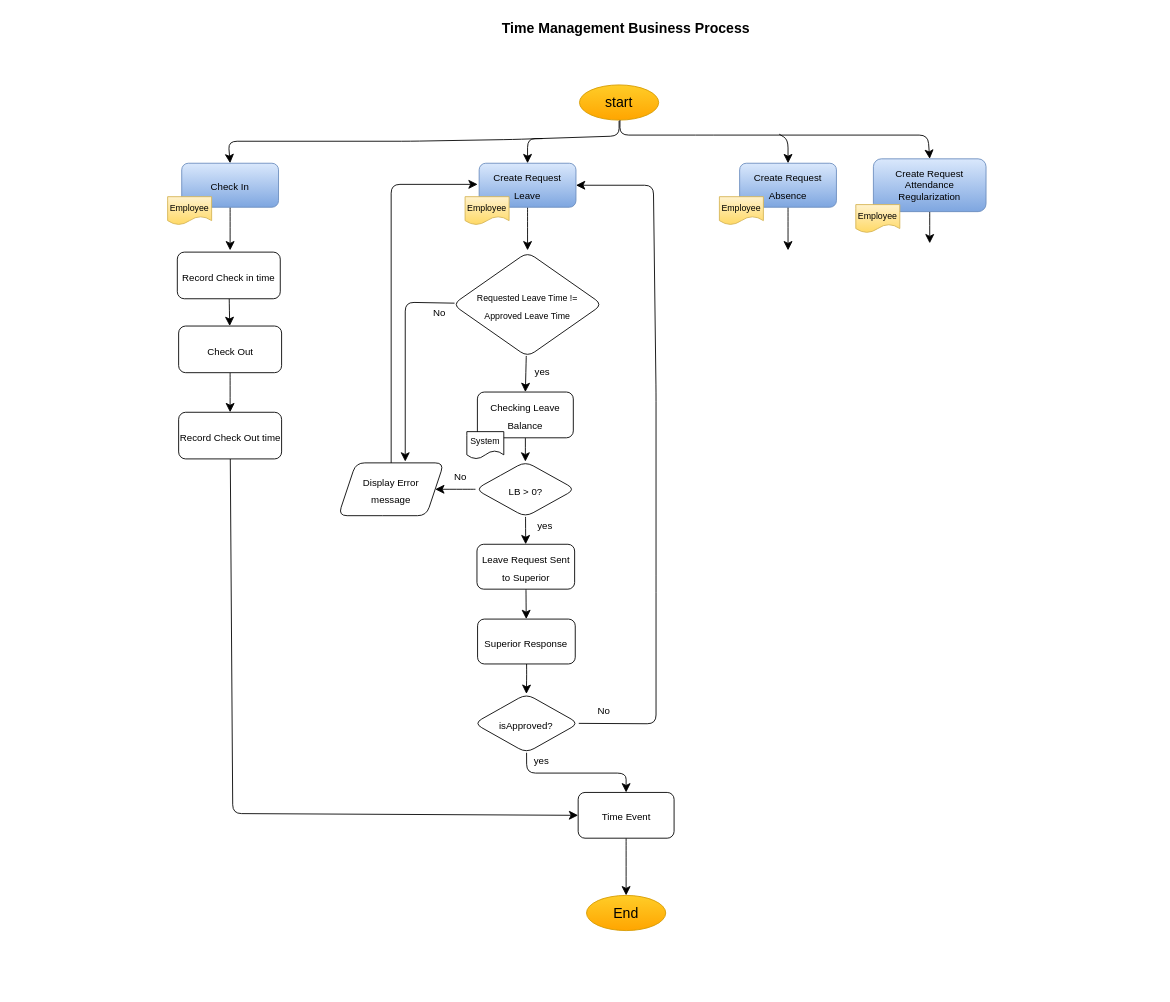
This is TimeManagement.drawio from jezreelkosasih/diagram, a draw.io file, before an edit. Source tidied: cells renumbered, new cells numbered last; positions are measured from the earlier drawing's top-left corner, leaving out a move shared by most shapes. Both pictures are drawn from the tidied source at 88%, with x=0, y=0 at pixel (167, 15).
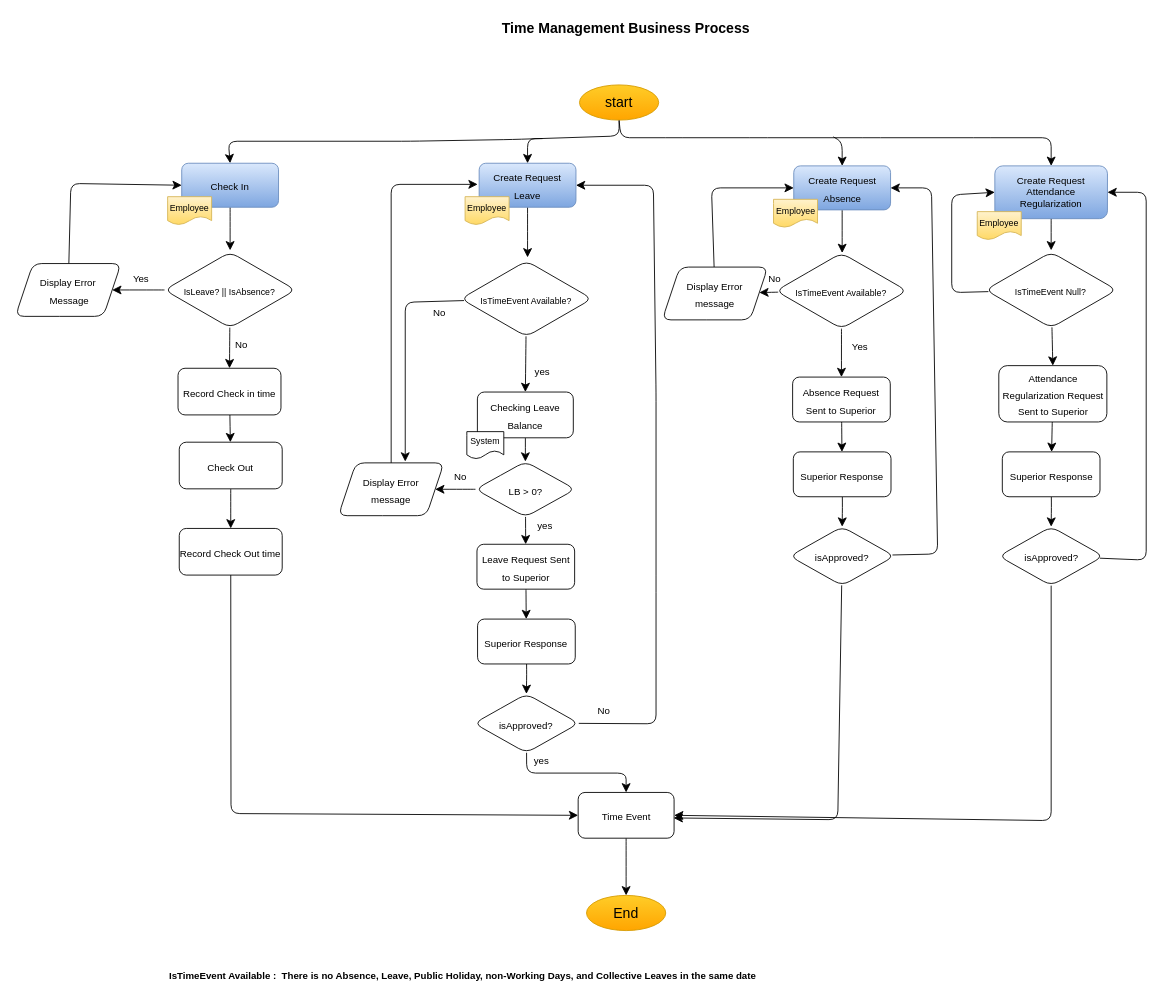
After the change.

The change refers to these unchanged cells:
```xml
<mxCell id="3" value="start" style="ellipse;whiteSpace=wrap;html=1;fontSize=16;fillColor=#ffcd28;gradientColor=#ffa500;strokeColor=#d79b00;" parent="1" vertex="1">
  <mxGeometry x="468" y="79" width="90" height="40" as="geometry" />
</mxCell>
<mxCell id="6" value="&lt;font style=&quot;font-size: 11px;&quot;&gt;Check In&lt;/font&gt;" style="rounded=1;whiteSpace=wrap;html=1;fontSize=16;fillColor=#dae8fc;gradientColor=#7ea6e0;strokeColor=#6c8ebf;" parent="1" vertex="1">
  <mxGeometry x="16" y="168" width="110" height="50" as="geometry" />
</mxCell>
<mxCell id="9" value="&lt;font style=&quot;font-size: 11px;&quot;&gt;Create Request Leave&lt;/font&gt;" style="rounded=1;whiteSpace=wrap;html=1;fontSize=16;fillColor=#dae8fc;gradientColor=#7ea6e0;strokeColor=#6c8ebf;" parent="1" vertex="1">
  <mxGeometry x="354" y="168" width="110" height="50" as="geometry" />
</mxCell>
<mxCell id="40" value="&lt;font style=&quot;font-size: 11px;&quot;&gt;Time Event&lt;br&gt;&lt;/font&gt;" style="rounded=1;whiteSpace=wrap;html=1;fontSize=16;" parent="1" vertex="1">
  <mxGeometry x="466.5" y="883" width="109" height="52" as="geometry" />
</mxCell>
```

The edit, as a diff of the source:
```diff
@@
     <mxCell id="8" style="edgeStyle=none;curved=1;rounded=0;jettySize=auto;html=1;fontSize=12;startSize=8;endSize=8;" parent="1" edge="1" source="9">
       <mxGeometry relative="1" as="geometry">
-        <mxPoint x="409" y="267" as="targetPoint" />
+        <mxPoint x="409" y="275" as="targetPoint" />
       </mxGeometry>
     </mxCell>
@@
     <mxCell id="11" style="edgeStyle=none;curved=1;rounded=0;jettySize=auto;html=1;fontSize=12;startSize=8;endSize=8;" parent="1" edge="1" source="12">
       <mxGeometry relative="1" as="geometry">
-        <mxPoint x="705" y="267" as="targetPoint" />
+        <mxPoint x="766.5" y="270" as="targetPoint" />
       </mxGeometry>
     </mxCell>
     <mxCell id="12" value="&lt;font style=&quot;font-size: 11px;&quot;&gt;Create Request Absence&lt;/font&gt;" style="rounded=1;whiteSpace=wrap;html=1;fontSize=16;fillColor=#dae8fc;gradientColor=#7ea6e0;strokeColor=#6c8ebf;" parent="1" vertex="1">
-      <mxGeometry x="650" y="168" width="110" height="50" as="geometry" />
+      <mxGeometry x="711.5" y="171" width="110" height="50" as="geometry" />
     </mxCell>
     <mxCell id="13" value="&lt;font size=&quot;1&quot;&gt;Employee&lt;/font&gt;" style="shape=document;whiteSpace=wrap;html=1;boundedLbl=1;fontSize=16;fillColor=#fff2cc;gradientColor=#ffd966;strokeColor=#d6b656;" parent="1" vertex="1">
-      <mxGeometry x="627" y="206" width="50" height="32" as="geometry" />
+      <mxGeometry x="688.5" y="209" width="50" height="32" as="geometry" />
     </mxCell>
     <mxCell id="14" style="edgeStyle=none;curved=1;rounded=0;jettySize=auto;html=1;fontSize=12;startSize=8;endSize=8;" parent="1" edge="1" source="15">
       <mxGeometry relative="1" as="geometry">
-        <mxPoint x="866" y="259" as="targetPoint" />
+        <mxPoint x="1004" y="267" as="targetPoint" />
       </mxGeometry>
     </mxCell>
     <mxCell id="15" value="&lt;font style=&quot;font-size: 11px;&quot;&gt;Create Request Attendance Regularization&lt;/font&gt;" style="rounded=1;whiteSpace=wrap;html=1;fontSize=11;fillColor=#dae8fc;gradientColor=#7ea6e0;strokeColor=#6c8ebf;" parent="1" vertex="1">
-      <mxGeometry x="802" y="163" width="128" height="60" as="geometry" />
+      <mxGeometry x="940" y="171" width="128" height="60" as="geometry" />
     </mxCell>
     <mxCell id="16" value="&lt;font size=&quot;1&quot;&gt;Employee&lt;/font&gt;" style="shape=document;whiteSpace=wrap;html=1;boundedLbl=1;fontSize=16;fillColor=#fff2cc;gradientColor=#ffd966;strokeColor=#d6b656;" parent="1" vertex="1">
-      <mxGeometry x="782" y="215" width="50" height="32" as="geometry" />
+      <mxGeometry x="920" y="223" width="50" height="32" as="geometry" />
     </mxCell>
-    <mxCell id="17" style="edgeStyle=none;rounded=1;jettySize=auto;html=1;entryX=0.5;entryY=0;entryDx=0;entryDy=0;fontSize=12;startSize=8;endSize=8;" parent="1" edge="1" target="15">
+    <mxCell id="17" style="edgeStyle=none;rounded=1;jettySize=auto;html=1;entryX=0.5;entryY=0;entryDx=0;entryDy=0;fontSize=12;startSize=8;endSize=8;exitX=0.5;exitY=1;exitDx=0;exitDy=0;" parent="1" edge="1" source="3" target="15">
       <mxGeometry relative="1" as="geometry">
-        <mxPoint x="514" y="119" as="sourcePoint" />
         <Array as="points">
-          <mxPoint x="514" y="136" />
-          <mxPoint x="610" y="136" />
-          <mxPoint x="864" y="136" />
+          <mxPoint x="515" y="139" />
+          <mxPoint x="575.5" y="139" />
+          <mxPoint x="671.5" y="139" />
+          <mxPoint x="800" y="139" />
+          <mxPoint x="925.5" y="139" />
+          <mxPoint x="1004" y="139" />
         </Array>
       </mxGeometry>
     </mxCell>
@@
     <mxCell id="19" style="endArrow=classic;html=1;rounded=1;fontSize=12;startSize=8;endSize=8;entryX=0.5;entryY=0;entryDx=0;entryDy=0;" parent="1" edge="1" target="12">
       <mxGeometry relative="1" as="geometry">
-        <mxPoint x="695" y="135" as="sourcePoint" />
+        <mxPoint x="756.5" y="138" as="sourcePoint" />
         <Array as="points">
-          <mxPoint x="705" y="141" />
+          <mxPoint x="766.5" y="144" />
         </Array>
       </mxGeometry>
     </mxCell>
@@
-    <mxCell id="43" value="&lt;font style=&quot;font-size: 10px;&quot;&gt;Requested Leave Time != &lt;br&gt;Approved Leave Time&lt;/font&gt;" style="rhombus;whiteSpace=wrap;html=1;fontSize=16;rounded=1;" parent="1" vertex="1">
-      <mxGeometry x="323.9" y="269" width="170.2" height="119" as="geometry" />
+    <mxCell id="43" value="&lt;span style=&quot;font-size: 10px;&quot;&gt;IsTimeEvent Available?&lt;/span&gt;" style="rhombus;whiteSpace=wrap;html=1;fontSize=16;rounded=1;" parent="1" vertex="1">
+      <mxGeometry x="333.2" y="279" width="149.1" height="86" as="geometry" />
     </mxCell>
@@
     <mxCell id="48" value="&lt;font style=&quot;font-size: 11px;&quot;&gt;Record Check in time&lt;/font&gt;" style="rounded=1;whiteSpace=wrap;html=1;fontSize=16;" parent="1" vertex="1">
-      <mxGeometry x="11" y="269" width="117" height="53" as="geometry" />
+      <mxGeometry x="11.8" y="401" width="117" height="53" as="geometry" />
     </mxCell>
@@
     <mxCell id="50" value="&lt;font style=&quot;font-size: 11px;&quot;&gt;Check Out&lt;/font&gt;" style="rounded=1;whiteSpace=wrap;html=1;fontSize=16;" parent="1" vertex="1">
-      <mxGeometry x="12.5" y="353" width="117" height="53" as="geometry" />
+      <mxGeometry x="13.2" y="485" width="117" height="53" as="geometry" />
     </mxCell>
     <mxCell id="51" style="edgeStyle=none;rounded=1;jettySize=auto;html=1;entryX=0;entryY=0.5;entryDx=0;entryDy=0;fontSize=12;startSize=8;endSize=8;" parent="1" edge="1" source="52" target="40">
       <mxGeometry relative="1" as="geometry">
         <Array as="points">
-          <mxPoint x="74" y="907" />
+          <mxPoint x="72" y="907" />
         </Array>
       </mxGeometry>
     </mxCell>
     <mxCell id="52" value="&lt;font style=&quot;font-size: 11px;&quot;&gt;Record Check Out time&lt;/font&gt;" style="rounded=1;whiteSpace=wrap;html=1;fontSize=16;" parent="1" vertex="1">
-      <mxGeometry x="12.5" y="451" width="117" height="53" as="geometry" />
+      <mxGeometry x="13.2" y="583" width="117" height="53" as="geometry" />
     </mxCell>
+    <mxCell id="53" style="edgeStyle=none;curved=1;rounded=0;jettySize=auto;html=1;fontSize=12;startSize=8;endSize=8;" parent="1" edge="1" source="54" target="56">
+      <mxGeometry relative="1" as="geometry" />
+    </mxCell>
+    <mxCell id="54" value="&lt;font style=&quot;font-size: 11px;&quot;&gt;Absence Request Sent to Superior&lt;/font&gt;" style="whiteSpace=wrap;html=1;fontSize=16;rounded=1;" parent="1" vertex="1">
+      <mxGeometry x="710.2" y="411" width="111" height="51" as="geometry" />
+    </mxCell>
+    <mxCell id="55" style="edgeStyle=none;rounded=1;jettySize=auto;html=1;fontSize=12;startSize=8;endSize=8;entryX=0.5;entryY=0;entryDx=0;entryDy=0;" parent="1" edge="1" source="56" target="59">
+      <mxGeometry relative="1" as="geometry">
+        <Array as="points">
+          <mxPoint x="766.8" y="559" />
+        </Array>
+      </mxGeometry>
+    </mxCell>
+    <mxCell id="56" value="&lt;span style=&quot;font-size: 11px;&quot;&gt;Superior Response&lt;/span&gt;" style="whiteSpace=wrap;html=1;fontSize=16;rounded=1;" parent="1" vertex="1">
+      <mxGeometry x="711" y="496" width="111" height="51" as="geometry" />
+    </mxCell>
+    <mxCell id="57" style="edgeStyle=none;rounded=1;jettySize=auto;html=1;fontSize=12;startSize=8;endSize=8;" parent="1" edge="1" source="59">
+      <mxGeometry relative="1" as="geometry">
+        <mxPoint x="575" y="912" as="targetPoint" />
+        <Array as="points">
+          <mxPoint x="761.5" y="914" />
+        </Array>
+      </mxGeometry>
+    </mxCell>
+    <mxCell id="58" style="edgeStyle=none;rounded=1;jettySize=auto;html=1;fontSize=12;startSize=8;endSize=8;entryX=1;entryY=0.5;entryDx=0;entryDy=0;" parent="1" edge="1" source="59" target="12">
+      <mxGeometry relative="1" as="geometry">
+        <Array as="points">
+          <mxPoint x="875" y="612" />
+          <mxPoint x="868" y="196" />
+        </Array>
+      </mxGeometry>
+    </mxCell>
+    <mxCell id="59" value="&lt;font style=&quot;font-size: 11px;&quot;&gt;isApproved?&lt;/font&gt;" style="rhombus;whiteSpace=wrap;html=1;fontSize=16;rounded=1;" parent="1" vertex="1">
+      <mxGeometry x="707" y="581" width="119" height="67" as="geometry" />
+    </mxCell>
+    <mxCell id="60" style="edgeStyle=none;curved=1;rounded=0;jettySize=auto;html=1;entryX=0.5;entryY=0;entryDx=0;entryDy=0;fontSize=12;startSize=8;endSize=8;" parent="1" edge="1" source="62" target="54">
+      <mxGeometry relative="1" as="geometry" />
+    </mxCell>
+    <mxCell id="61" style="edgeStyle=none;curved=1;rounded=0;jettySize=auto;html=1;fontSize=12;startSize=8;endSize=8;" parent="1" edge="1" source="62" target="71">
+      <mxGeometry relative="1" as="geometry" />
+    </mxCell>
+    <mxCell id="62" value="&lt;span style=&quot;font-size: 10px;&quot;&gt;IsTimeEvent Available?&lt;/span&gt;" style="rhombus;whiteSpace=wrap;html=1;fontSize=16;rounded=1;" parent="1" vertex="1">
+      <mxGeometry x="691.2" y="270" width="149.1" height="86" as="geometry" />
+    </mxCell>
+    <mxCell id="63" style="edgeStyle=none;curved=1;rounded=0;jettySize=auto;html=1;entryX=0.5;entryY=0;entryDx=0;entryDy=0;fontSize=12;startSize=8;endSize=8;" parent="1" edge="1" source="65" target="48">
+      <mxGeometry relative="1" as="geometry" />
+    </mxCell>
+    <mxCell id="64" style="edgeStyle=none;curved=1;rounded=0;jettySize=auto;html=1;fontSize=12;startSize=8;endSize=8;" parent="1" edge="1" source="65" target="67">
+      <mxGeometry relative="1" as="geometry" />
+    </mxCell>
+    <mxCell id="65" value="&lt;span style=&quot;font-size: 10px;&quot;&gt;IsLeave? || IsAbsence?&lt;/span&gt;" style="rhombus;whiteSpace=wrap;html=1;fontSize=16;rounded=1;" parent="1" vertex="1">
+      <mxGeometry x="-3.6" y="269" width="149.1" height="86" as="geometry" />
+    </mxCell>
+    <mxCell id="66" style="edgeStyle=none;rounded=1;jettySize=auto;html=1;entryX=0;entryY=0.5;entryDx=0;entryDy=0;fontSize=12;startSize=8;endSize=8;" parent="1" edge="1" source="67" target="6">
+      <mxGeometry relative="1" as="geometry">
+        <Array as="points">
+          <mxPoint x="-110" y="191" />
+        </Array>
+      </mxGeometry>
+    </mxCell>
+    <mxCell id="67" value="&lt;font style=&quot;font-size: 11px;&quot;&gt;Display Error&lt;br&gt;&amp;nbsp;Message&lt;/font&gt;" style="shape=parallelogram;perimeter=parallelogramPerimeter;whiteSpace=wrap;html=1;fixedSize=1;fontSize=16;rounded=1;" parent="1" vertex="1">
+      <mxGeometry x="-173" y="282" width="120" height="60" as="geometry" />
+    </mxCell>
+    <mxCell id="68" value="&lt;font style=&quot;font-size: 11px;&quot;&gt;Yes&lt;/font&gt;" style="text;html=1;strokeColor=none;fillColor=none;align=center;verticalAlign=middle;whiteSpace=wrap;rounded=0;fontSize=16;" parent="1" vertex="1">
+      <mxGeometry x="-60" y="282" width="60" height="30" as="geometry" />
+    </mxCell>
+    <mxCell id="69" value="&lt;font style=&quot;font-size: 11px;&quot;&gt;No&lt;/font&gt;" style="text;html=1;strokeColor=none;fillColor=none;align=center;verticalAlign=middle;whiteSpace=wrap;rounded=0;fontSize=16;" parent="1" vertex="1">
+      <mxGeometry x="54" y="357" width="60" height="30" as="geometry" />
+    </mxCell>
+    <mxCell id="70" style="edgeStyle=none;rounded=1;jettySize=auto;html=1;entryX=0;entryY=0.5;entryDx=0;entryDy=0;fontSize=12;startSize=8;endSize=8;" parent="1" edge="1" source="71" target="12">
+      <mxGeometry relative="1" as="geometry">
+        <Array as="points">
+          <mxPoint x="618" y="196" />
+        </Array>
+      </mxGeometry>
+    </mxCell>
+    <mxCell id="71" value="&lt;font style=&quot;font-size: 11px;&quot;&gt;Display Error&lt;br style=&quot;border-color: var(--border-color);&quot;&gt;message&lt;/font&gt;" style="shape=parallelogram;perimeter=parallelogramPerimeter;whiteSpace=wrap;html=1;fixedSize=1;fontSize=16;rounded=1;" parent="1" vertex="1">
+      <mxGeometry x="562" y="286" width="120" height="60" as="geometry" />
+    </mxCell>
+    <mxCell id="72" style="edgeStyle=none;curved=1;rounded=0;jettySize=auto;html=1;entryX=0.5;entryY=0;entryDx=0;entryDy=0;fontSize=12;startSize=8;endSize=8;" parent="1" edge="1" source="74" target="76">
+      <mxGeometry relative="1" as="geometry" />
+    </mxCell>
+    <mxCell id="73" style="edgeStyle=none;rounded=1;jettySize=auto;html=1;entryX=0;entryY=0.5;entryDx=0;entryDy=0;fontSize=12;startSize=8;endSize=8;" parent="1" edge="1" source="74" target="15">
+      <mxGeometry relative="1" as="geometry">
+        <Array as="points">
+          <mxPoint x="891" y="315" />
+          <mxPoint x="891" y="204" />
+        </Array>
+      </mxGeometry>
+    </mxCell>
+    <mxCell id="74" value="&lt;span style=&quot;font-size: 10px;&quot;&gt;IsTimeEvent Null?&lt;/span&gt;" style="rhombus;whiteSpace=wrap;html=1;fontSize=16;rounded=1;" parent="1" vertex="1">
+      <mxGeometry x="929.4" y="269" width="149.1" height="86" as="geometry" />
+    </mxCell>
+    <mxCell id="75" style="edgeStyle=none;curved=1;rounded=0;jettySize=auto;html=1;fontSize=12;startSize=8;endSize=8;" parent="1" edge="1" source="76" target="78">
+      <mxGeometry relative="1" as="geometry" />
+    </mxCell>
+    <mxCell id="76" value="&lt;font style=&quot;font-size: 11px;&quot;&gt;Attendance Regularization Request Sent to Superior&lt;/font&gt;" style="whiteSpace=wrap;html=1;fontSize=16;rounded=1;" parent="1" vertex="1">
+      <mxGeometry x="944.5" y="398" width="122.8" height="64" as="geometry" />
+    </mxCell>
+    <mxCell id="77" style="edgeStyle=none;rounded=1;jettySize=auto;html=1;fontSize=12;startSize=8;endSize=8;entryX=0.5;entryY=0;entryDx=0;entryDy=0;" parent="1" edge="1" source="78" target="81">
+      <mxGeometry relative="1" as="geometry">
+        <Array as="points">
+          <mxPoint x="1004.3" y="559" />
+        </Array>
+      </mxGeometry>
+    </mxCell>
+    <mxCell id="78" value="&lt;span style=&quot;font-size: 11px;&quot;&gt;Superior Response&lt;/span&gt;" style="whiteSpace=wrap;html=1;fontSize=16;rounded=1;" parent="1" vertex="1">
+      <mxGeometry x="948.5" y="496" width="111" height="51" as="geometry" />
+    </mxCell>
+    <mxCell id="79" style="edgeStyle=none;rounded=1;jettySize=auto;html=1;entryX=1;entryY=0.5;entryDx=0;entryDy=0;fontSize=12;startSize=8;endSize=8;" parent="1" edge="1" source="81" target="40">
+      <mxGeometry relative="1" as="geometry">
+        <Array as="points">
+          <mxPoint x="1004" y="915" />
+        </Array>
+      </mxGeometry>
+    </mxCell>
+    <mxCell id="80" style="edgeStyle=none;rounded=1;jettySize=auto;html=1;entryX=1;entryY=0.5;entryDx=0;entryDy=0;fontSize=12;startSize=8;endSize=8;" parent="1" edge="1" source="81" target="15">
+      <mxGeometry relative="1" as="geometry">
+        <Array as="points">
+          <mxPoint x="1112" y="619" />
+          <mxPoint x="1112" y="201" />
+        </Array>
+      </mxGeometry>
+    </mxCell>
+    <mxCell id="81" value="&lt;font style=&quot;font-size: 11px;&quot;&gt;isApproved?&lt;/font&gt;" style="rhombus;whiteSpace=wrap;html=1;fontSize=16;rounded=1;" parent="1" vertex="1">
+      <mxGeometry x="944.5" y="581" width="119" height="67" as="geometry" />
+    </mxCell>
+    <mxCell id="82" value="&lt;font style=&quot;font-size: 11px;&quot;&gt;No&lt;/font&gt;" style="text;html=1;strokeColor=none;fillColor=none;align=center;verticalAlign=middle;whiteSpace=wrap;rounded=0;fontSize=16;" parent="1" vertex="1">
+      <mxGeometry x="660" y="282" width="60" height="30" as="geometry" />
+    </mxCell>
+    <mxCell id="83" value="&lt;font style=&quot;font-size: 11px;&quot;&gt;Yes&lt;/font&gt;" style="text;html=1;strokeColor=none;fillColor=none;align=center;verticalAlign=middle;whiteSpace=wrap;rounded=0;fontSize=16;" parent="1" vertex="1">
+      <mxGeometry x="757" y="360" width="60" height="30" as="geometry" />
+    </mxCell>
+    <mxCell id="84" value="&lt;font style=&quot;font-size: 11px;&quot;&gt;&lt;b&gt;IsTimeEvent Available :&amp;nbsp; There is no Absence, Leave, Public Holiday, non-Working Days, and Collective Leaves in the same date&lt;/b&gt;&lt;/font&gt;" style="text;html=1;strokeColor=none;fillColor=none;align=left;verticalAlign=middle;whiteSpace=wrap;rounded=0;fontSize=16;" parent="1" vertex="1">
+      <mxGeometry y="1075" width="766" height="30" as="geometry" />
+    </mxCell>
```
